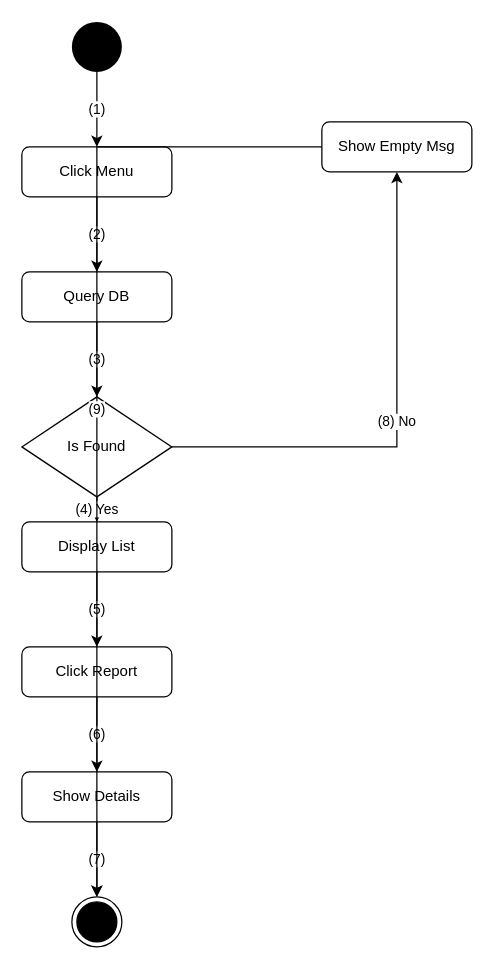
The draw.io diagram activity_flow/uc61_activity_flow.drawio in kingDlight/UEIMS_Project, before the edit. Source tidied: cells renumbered, new cells numbered last; positions are measured from the earlier drawing's top-left corner, leaving out a move shared by most shapes. Both pictures are drawn from the tidied source at 125%, with x=0, y=0 at pixel (21, 21).
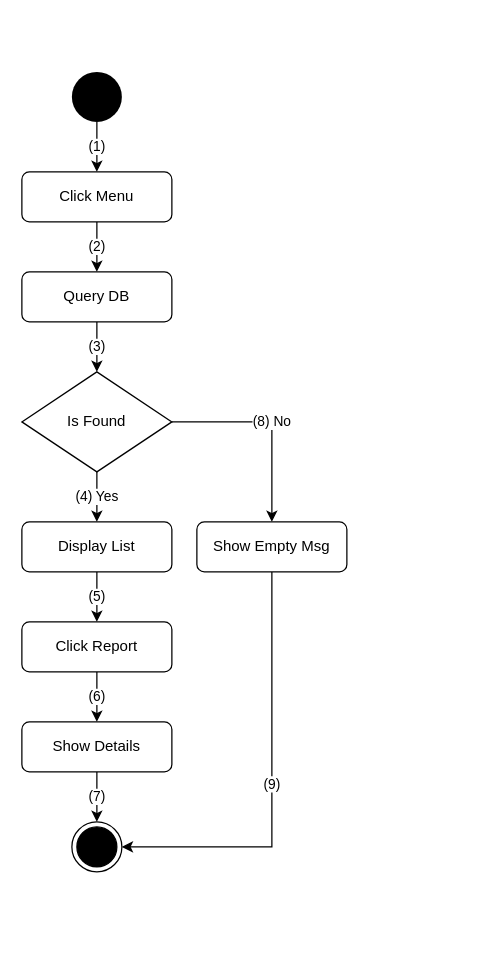
After the change.

What changed in the source:
```diff
@@
 <mxGraphModel>
   <root>
     <mxCell id="0" />
     <mxCell id="1" parent="0" />
     <mxCell id="2" style="ellipse;whiteSpace=wrap;html=1;fillColor=#000000;strokeColor=none;" parent="1" vertex="1">
-      <mxGeometry x="40" width="40" height="40" as="geometry" />
+      <mxGeometry x="40" y="40" width="40" height="40" as="geometry" />
     </mxCell>
     <mxCell id="3" value="Click Menu" style="rounded=1;whiteSpace=wrap;html=1;" parent="1" vertex="1">
-      <mxGeometry y="100" width="120" height="40" as="geometry" />
+      <mxGeometry y="120" width="120" height="40" as="geometry" />
     </mxCell>
     <mxCell id="4" value="Query DB" style="rounded=1;whiteSpace=wrap;html=1;" parent="1" vertex="1">
       <mxGeometry y="200" width="120" height="40" as="geometry" />
     </mxCell>
     <mxCell id="5" value="Is Found" style="rhombus;whiteSpace=wrap;html=1;" parent="1" vertex="1">
-      <mxGeometry y="300" width="120" height="80" as="geometry" />
+      <mxGeometry y="280" width="120" height="80" as="geometry" />
     </mxCell>
     <mxCell id="6" value="Display List" style="rounded=1;whiteSpace=wrap;html=1;" parent="1" vertex="1">
       <mxGeometry y="400" width="120" height="40" as="geometry" />
     </mxCell>
     <mxCell id="7" value="Click Report" style="rounded=1;whiteSpace=wrap;html=1;" parent="1" vertex="1">
-      <mxGeometry y="500" width="120" height="40" as="geometry" />
+      <mxGeometry y="480" width="120" height="40" as="geometry" />
     </mxCell>
     <mxCell id="8" value="Show Details" style="rounded=1;whiteSpace=wrap;html=1;" parent="1" vertex="1">
-      <mxGeometry y="600" width="120" height="40" as="geometry" />
+      <mxGeometry y="560" width="120" height="40" as="geometry" />
     </mxCell>
     <mxCell id="9" style="ellipse;html=1;shape=endState;fillColor=#000000;strokeColor=#000000;" parent="1" vertex="1">
-      <mxGeometry x="40" y="700" width="40" height="40" as="geometry" />
+      <mxGeometry x="40" y="640" width="40" height="40" as="geometry" />
     </mxCell>
     <mxCell id="10" value="Show Empty Msg" style="rounded=1;whiteSpace=wrap;html=1;" parent="1" vertex="1">
-      <mxGeometry x="240" y="80" width="120" height="40" as="geometry" />
+      <mxGeometry x="140" y="400" width="120" height="40" as="geometry" />
     </mxCell>
     <mxCell id="11" value="(1)" style="edgeStyle=orthogonalEdgeStyle;rounded=0;html=1;exitX=0.5;exitY=1;entryX=0.5;entryY=0;" parent="1" edge="1" source="2" target="3">
       <mxGeometry relative="1" as="geometry" />
     </mxCell>
     <mxCell id="12" value="(2)" style="edgeStyle=orthogonalEdgeStyle;rounded=0;html=1;exitX=0.5;exitY=1;entryX=0.5;entryY=0;" parent="1" edge="1" source="3" target="4">
       <mxGeometry relative="1" as="geometry" />
     </mxCell>
     <mxCell id="13" value="(3)" style="edgeStyle=orthogonalEdgeStyle;rounded=0;html=1;exitX=0.5;exitY=1;entryX=0.5;entryY=0;" parent="1" edge="1" source="4" target="5">
       <mxGeometry relative="1" as="geometry" />
     </mxCell>
     <mxCell id="14" value="(4) Yes" style="edgeStyle=orthogonalEdgeStyle;rounded=0;html=1;exitX=0.5;exitY=1;entryX=0.5;entryY=0;" parent="1" edge="1" source="5" target="6">
       <mxGeometry relative="1" as="geometry" />
     </mxCell>
     <mxCell id="15" value="(5)" style="edgeStyle=orthogonalEdgeStyle;rounded=0;html=1;exitX=0.5;exitY=1;entryX=0.5;entryY=0;" parent="1" edge="1" source="6" target="7">
       <mxGeometry relative="1" as="geometry" />
     </mxCell>
     <mxCell id="16" value="(6)" style="edgeStyle=orthogonalEdgeStyle;rounded=0;html=1;exitX=0.5;exitY=1;entryX=0.5;entryY=0;" parent="1" edge="1" source="7" target="8">
       <mxGeometry relative="1" as="geometry" />
     </mxCell>
     <mxCell id="17" value="(7)" style="edgeStyle=orthogonalEdgeStyle;rounded=0;html=1;exitX=0.5;exitY=1;entryX=0.5;entryY=0;" parent="1" edge="1" source="8" target="9">
       <mxGeometry relative="1" as="geometry" />
     </mxCell>
-    <mxCell id="18" value="(8) No" style="edgeStyle=orthogonalEdgeStyle;rounded=0;html=1;exitX=1;exitY=0.5;entryX=0.5;entryY=1;" parent="1" edge="1" source="5" target="10">
+    <mxCell id="18" value="(8) No" style="edgeStyle=orthogonalEdgeStyle;rounded=0;html=1;exitX=1;exitY=0.5;entryX=0.5;entryY=0;entryDx=0;entryDy=0;" parent="1" edge="1" source="5" target="10">
       <mxGeometry relative="1" as="geometry" />
     </mxCell>
-    <mxCell id="19" value="(9)" style="edgeStyle=orthogonalEdgeStyle;rounded=0;html=1;exitX=0;exitY=0.5;entryX=0.5;entryY=0;" parent="1" edge="1" source="10" target="9">
+    <mxCell id="19" value="(9)" style="edgeStyle=orthogonalEdgeStyle;rounded=0;html=1;exitX=0.5;exitY=1;entryX=1;entryY=0.5;exitDx=0;exitDy=0;entryDx=0;entryDy=0;" parent="1" edge="1" source="10" target="9">
       <mxGeometry relative="1" as="geometry" />
     </mxCell>
   </root>
 </mxGraphModel>
```
